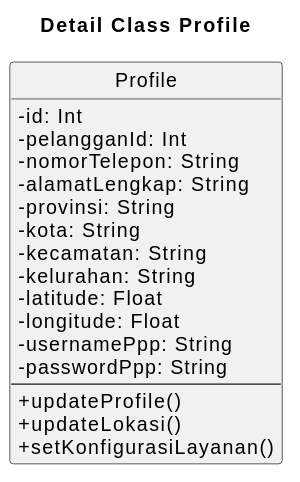
Above: docs/plantuml/detail-classes/detail-class-profile.svg in janbu12/nemafi-be (PlantUML), before the change.
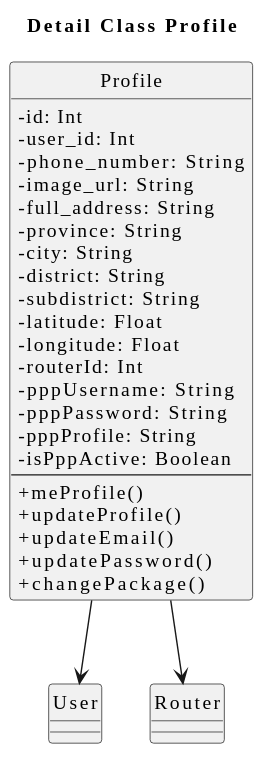
After the change.

The edit, as a diff of the source:
```diff
@@ -2,24 +2,35 @@
 title Detail Class Profile
 
 skinparam classAttributeIconSize 0
+skinparam shadowing false
+skinparam defaultFontName "Times New Roman"
 hide circle
 
 class Profile {
   - id: Int
-  - pelangganId: Int
-  - nomorTelepon: String
-  - alamatLengkap: String
-  - provinsi: String
-  - kota: String
-  - kecamatan: String
-  - kelurahan: String
+  - user_id: Int
+  - phone_number: String
+  - image_url: String
+  - full_address: String
+  - province: String
+  - city: String
+  - district: String
+  - subdistrict: String
   - latitude: Float
   - longitude: Float
-  - usernamePpp: String
-  - passwordPpp: String
+  - routerId: Int
+  - pppUsername: String
+  - pppPassword: String
+  - pppProfile: String
+  - isPppActive: Boolean
   --
+  + meProfile()
   + updateProfile()
-  + updateLokasi()
-  + setKonfigurasiLayanan()
+  + updateEmail()
+  + updatePassword()
+  + changePackage()
 }
+
+Profile --> User
+Profile --> Router
 @enduml
```
